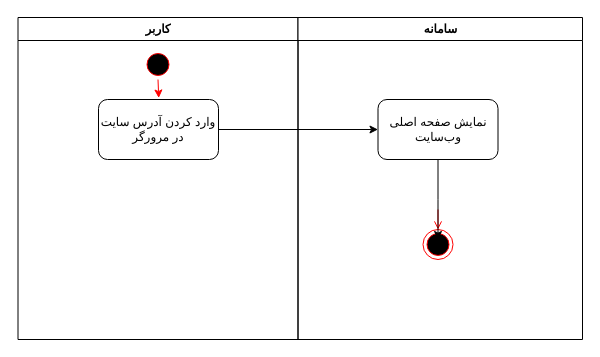
4Tech-IUT/Activity-Diagrams keeps this draw.io diagram as page "مشاهده صفحه اصلی وب سایت" (1 of 6) of NavidNasiri_ActivityDiagram.drawio. Above is the earlier version. Source tidied: cells renumbered, new cells numbered last; positions are measured from the earlier drawing's top-left corner, leaving out a move shared by most shapes. Both pictures are drawn from the tidied source at 100%, with x=0, y=0 at pixel (17, 17).
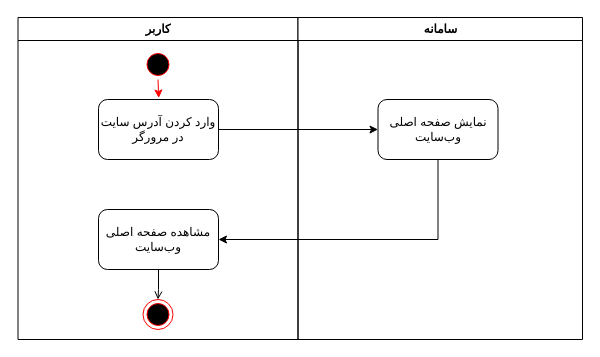
The same page after the edit.

Change to the diagram source:
```diff
@@
 <mxGraphModel>
   <root>
     <mxCell id="0" />
     <mxCell id="1" parent="0" />
     <mxCell id="2" value="کاربر" style="swimlane;whiteSpace=wrap;" parent="1" vertex="1">
       <mxGeometry x="0.5" width="280" height="322" as="geometry" />
     </mxCell>
     <mxCell id="3" style="ellipse;shape=startState;fillColor=#000000;strokeColor=#ff0000;" parent="2" vertex="1">
       <mxGeometry x="125" y="32" width="30" height="30" as="geometry" />
     </mxCell>
     <mxCell id="4" value="وارد کردن آدرس سایت در مرورگر" style="rounded=1;whiteSpace=wrap;html=1;" parent="2" vertex="1">
       <mxGeometry x="80.5" y="82" width="120" height="60" as="geometry" />
     </mxCell>
     <mxCell id="5" style="endArrow=classic;html=1;rounded=0;entryX=0.502;entryY=-0.025;entryDx=0;entryDy=0;entryPerimeter=0;strokeColor=#FF0000;" parent="2" edge="1" source="3" target="4">
       <mxGeometry relative="1" as="geometry" />
     </mxCell>
+    <mxCell id="7" style="ellipse;shape=endState;fillColor=#000000;strokeColor=#ff0000;" parent="2" vertex="1">
+      <mxGeometry x="125" y="282" width="30" height="30" as="geometry" />
+    </mxCell>
+    <mxCell id="12" style="edgeStyle=orthogonalEdgeStyle;rounded=0;jettySize=auto;html=1;endArrow=open;endFill=0;" parent="2" edge="1" source="13" target="7">
+      <mxGeometry relative="1" as="geometry" />
+    </mxCell>
+    <mxCell id="13" value="مشاهده صفحه اصلی وب‌سایت" style="rounded=1;whiteSpace=wrap;html=1;" parent="2" vertex="1">
+      <mxGeometry x="80.5" y="192" width="120" height="60" as="geometry" />
+    </mxCell>
     <mxCell id="6" value="سامانه" style="swimlane;whiteSpace=wrap;" parent="1" vertex="1">
       <mxGeometry x="280.5" width="284.5" height="322" as="geometry" />
     </mxCell>
-    <mxCell id="7" style="ellipse;shape=endState;fillColor=#000000;strokeColor=#ff0000;" parent="6" vertex="1">
-      <mxGeometry x="125" y="212" width="30" height="30" as="geometry" />
-    </mxCell>
-    <mxCell id="8" style="endArrow=open;strokeColor=#FF0000;endFill=1;rounded=0;" parent="6" edge="1" target="7">
-      <mxGeometry relative="1" as="geometry">
-        <mxPoint x="140" y="192" as="sourcePoint" />
-      </mxGeometry>
-    </mxCell>
     <mxCell id="9" value="نمایش صفحه اصلی وب‌سایت" style="rounded=1;whiteSpace=wrap;html=1;" parent="6" vertex="1">
       <mxGeometry x="80" y="82" width="120" height="60" as="geometry" />
     </mxCell>
     <mxCell id="10" style="edgeStyle=orthogonalEdgeStyle;rounded=0;jettySize=auto;html=1;" parent="1" edge="1" source="4" target="9">
       <mxGeometry relative="1" as="geometry" />
     </mxCell>
-    <mxCell id="11" style="edgeStyle=orthogonalEdgeStyle;rounded=0;jettySize=auto;html=1;" parent="1" edge="1" source="9">
-      <mxGeometry relative="1" as="geometry">
-        <mxPoint x="420.5" y="222" as="targetPoint" />
-      </mxGeometry>
-    </mxCell>
+    <mxCell id="14" style="edgeStyle=orthogonalEdgeStyle;rounded=0;jettySize=auto;html=1;entryX=1;entryY=0.5;entryDx=0;entryDy=0;" parent="1" edge="1" source="9" target="13">
+      <mxGeometry relative="1" as="geometry">
+        <Array as="points">
+          <mxPoint x="421" y="222" />
+        </Array>
+      </mxGeometry>
+    </mxCell>
   </root>
 </mxGraphModel>
```
